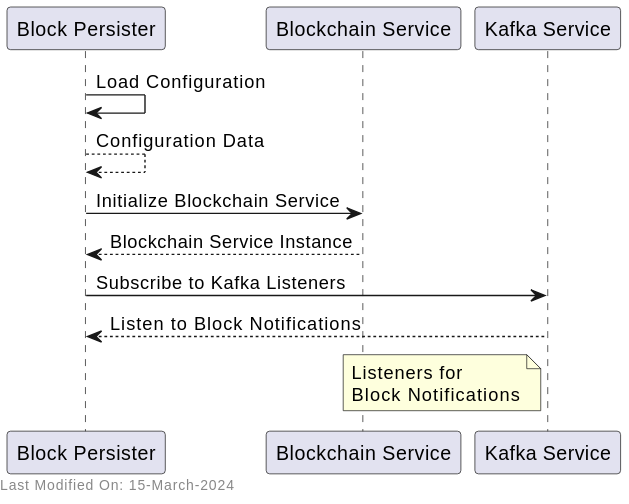
Before: docs/topics/services/img/plantuml/blockpersister/block_persister_init.svg, a diagram exported from PlantUML (freemans13/teranode). Its source is kept beside it as docs/topics/services/img/plantuml/blockpersister/block_persister_init.puml. Source of this version:
```plantuml
@startuml
participant "Block Persister" as BlockPersister
participant "Blockchain Service" as Blockchain
participant "Kafka Service" as Kafka

BlockPersister -> BlockPersister: Load Configuration
BlockPersister --> BlockPersister: Configuration Data

BlockPersister -> Blockchain: Initialize Blockchain Service
Blockchain --> BlockPersister: Blockchain Service Instance

BlockPersister -> Kafka: Subscribe to Kafka Listeners
Kafka --> BlockPersister: Listen to Block Notifications

note left of Kafka: Listeners for\nBlock Notifications

left footer Last Modified On: %date("dd-MMM-yyyy")

@enduml
```
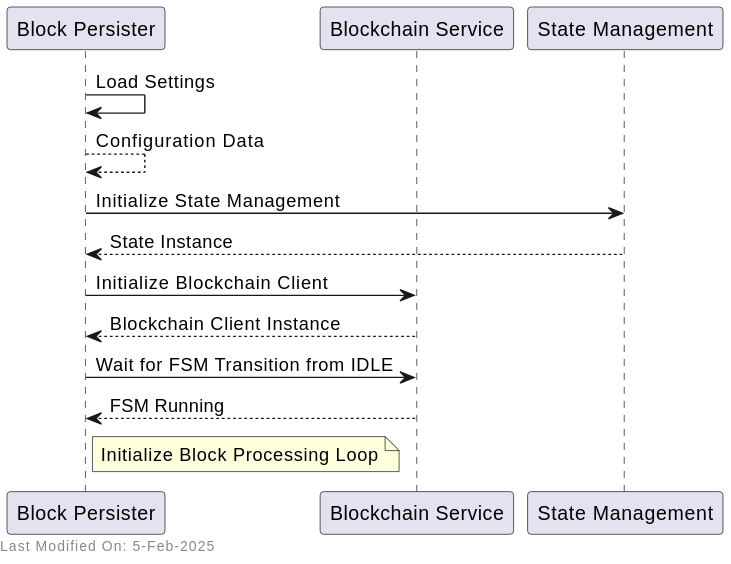
The same diagram one commit later.

Commit message:
Review changes in BlockPersister #1885

Change to the diagram source:
```diff
@@ -1,19 +1,21 @@
-@startuml
+@startuml block_persister_init
 participant "Block Persister" as BlockPersister
 participant "Blockchain Service" as Blockchain
-participant "Kafka Service" as Kafka
+participant "State Management" as State
 
-BlockPersister -> BlockPersister: Load Configuration
+BlockPersister -> BlockPersister: Load Settings
 BlockPersister --> BlockPersister: Configuration Data
 
-BlockPersister -> Blockchain: Initialize Blockchain Service
-Blockchain --> BlockPersister: Blockchain Service Instance
+BlockPersister -> State: Initialize State Management
+State --> BlockPersister: State Instance
 
-BlockPersister -> Kafka: Subscribe to Kafka Listeners
-Kafka --> BlockPersister: Listen to Block Notifications
+BlockPersister -> Blockchain: Initialize Blockchain Client
+Blockchain --> BlockPersister: Blockchain Client Instance
 
-note left of Kafka: Listeners for\nBlock Notifications
+BlockPersister -> Blockchain: Wait for FSM Transition from IDLE
+Blockchain --> BlockPersister: FSM Running
+
+note right of BlockPersister: Initialize Block Processing Loop
 
 left footer Last Modified On: %date("dd-MMM-yyyy")
-
 @enduml
```
